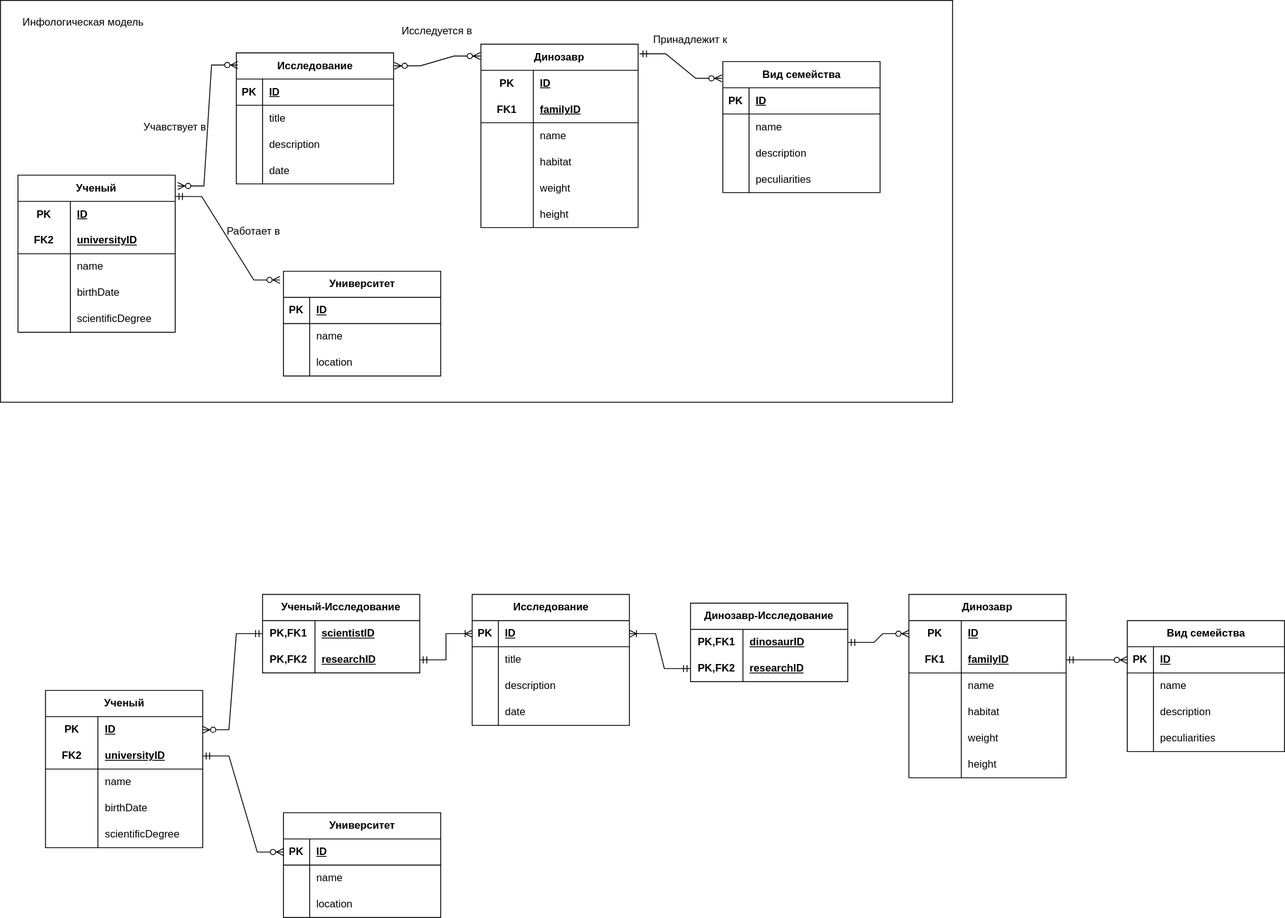
yargames1/ITMO keeps this draw.io diagram as DataScience/lab1/bd.drawio.svg. Above is the earlier version. Source tidied: cells renumbered, new cells last; positions are measured from the earlier drawing's top-left corner, leaving out a move shared by most shapes.
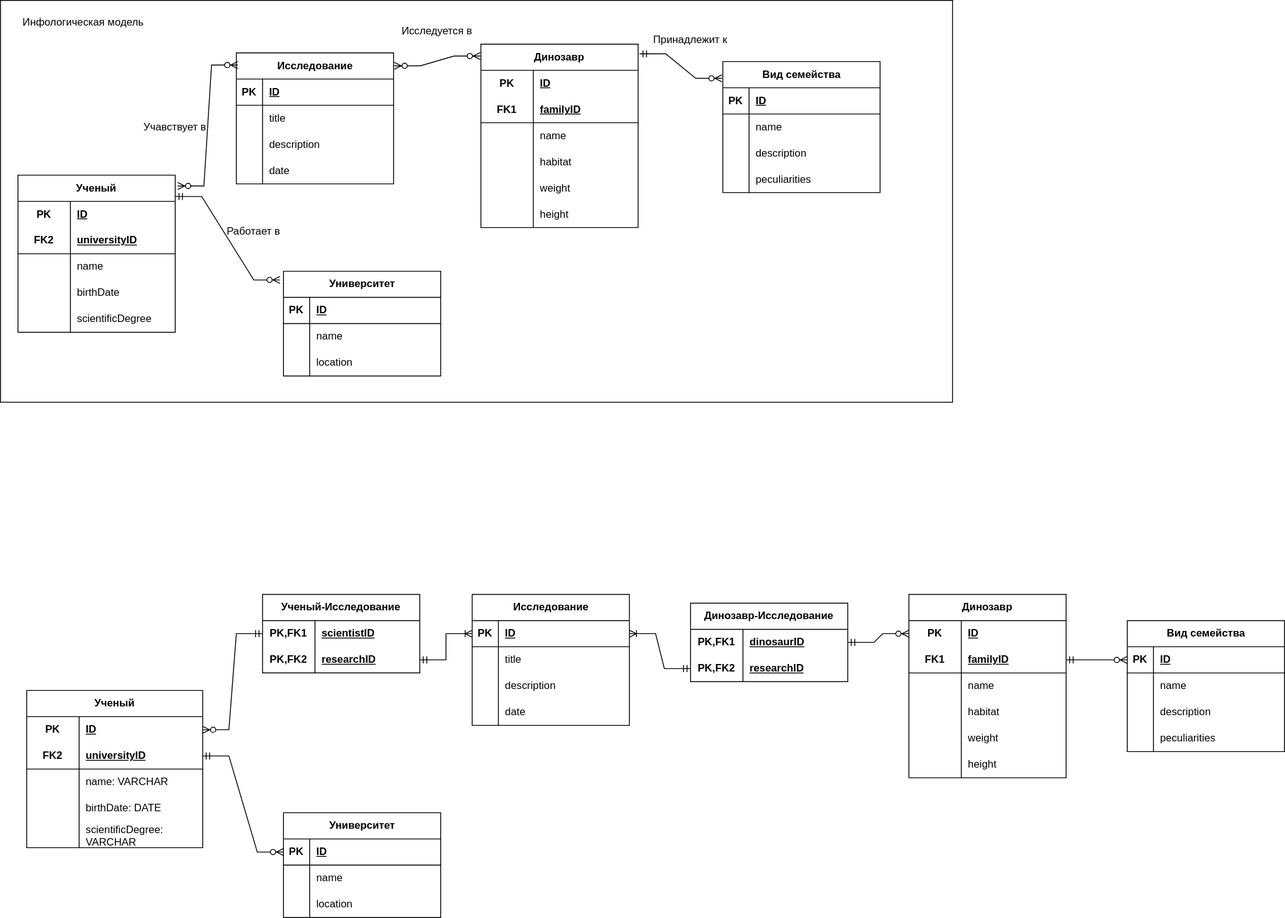
The same file after the commit.

Diff of the diagram source:
```diff
@@ -278,52 +278,52 @@
       <mxGeometry x="30" width="150" height="30" as="geometry" />
     </mxCell>
     <mxCell id="93" value="&lt;span style=&quot;text-wrap-mode: nowrap;&quot;&gt;Ученый&lt;/span&gt;" style="shape=table;startSize=30;rowLines=0;fontStyle=1;align=center;html=1;whiteSpace=wrap;" parent="1" vertex="1">
-      <mxGeometry x="51.5" y="790" width="180" height="180" as="geometry" />
+      <mxGeometry x="30" y="790" width="201.5" height="180" as="geometry" />
     </mxCell>
     <mxCell id="94" style="shape=tableRow;horizontal=0;startSize=0;swimlaneHead=0;swimlaneBody=0;fillColor=none;points=[[0,0.5],[1,0.5]];portConstraint=eastwest;top=0;left=0;right=0;bottom=0;html=1;" parent="93" vertex="1">
-      <mxGeometry y="30" width="180" height="30" as="geometry" />
+      <mxGeometry y="30" width="201.5" height="30" as="geometry" />
     </mxCell>
     <mxCell id="95" value="PK" style="shape=partialRectangle;fillColor=none;top=0;left=0;bottom=0;right=0;fontStyle=1;overflow=hidden;html=1;whiteSpace=wrap;" parent="94" vertex="1">
       <mxGeometry width="60" height="30" as="geometry" />
     </mxCell>
     <mxCell id="96" value="ID" style="shape=partialRectangle;fillColor=none;top=0;left=0;bottom=0;right=0;align=left;spacingLeft=6;fontStyle=5;overflow=hidden;html=1;whiteSpace=wrap;" parent="94" vertex="1">
-      <mxGeometry x="60" width="120" height="30" as="geometry" />
+      <mxGeometry x="60" width="141.5" height="30" as="geometry" />
     </mxCell>
     <mxCell id="97" style="shape=tableRow;horizontal=0;startSize=0;swimlaneHead=0;swimlaneBody=0;fillColor=none;points=[[0,0.5],[1,0.5]];portConstraint=eastwest;top=0;left=0;right=0;bottom=1;html=1;" parent="93" vertex="1">
-      <mxGeometry y="60" width="180" height="30" as="geometry" />
+      <mxGeometry y="60" width="201.5" height="30" as="geometry" />
     </mxCell>
     <mxCell id="98" value="FK2" style="shape=partialRectangle;fillColor=none;top=0;left=0;bottom=0;right=0;fontStyle=1;overflow=hidden;html=1;whiteSpace=wrap;" parent="97" vertex="1">
       <mxGeometry width="60" height="30" as="geometry" />
     </mxCell>
     <mxCell id="99" value="universityID" style="shape=partialRectangle;fillColor=none;top=0;left=0;bottom=0;right=0;align=left;spacingLeft=6;fontStyle=5;overflow=hidden;html=1;whiteSpace=wrap;" parent="97" vertex="1">
-      <mxGeometry x="60" width="120" height="30" as="geometry" />
+      <mxGeometry x="60" width="141.5" height="30" as="geometry" />
     </mxCell>
     <mxCell id="100" style="shape=tableRow;horizontal=0;startSize=0;swimlaneHead=0;swimlaneBody=0;fillColor=none;top=0;left=0;right=0;bottom=0;html=1;" parent="93" vertex="1">
-      <mxGeometry y="90" width="180" height="30" as="geometry" />
+      <mxGeometry y="90" width="201.5" height="30" as="geometry" />
     </mxCell>
     <mxCell id="101" style="shape=partialRectangle;fillColor=none;top=0;left=0;bottom=0;right=0;overflow=hidden;html=1;whiteSpace=wrap;" parent="100" vertex="1">
       <mxGeometry width="60" height="30" as="geometry" />
     </mxCell>
-    <mxCell id="102" value="name" style="shape=partialRectangle;fillColor=none;top=0;left=0;bottom=0;right=0;align=left;spacingLeft=6;overflow=hidden;html=1;whiteSpace=wrap;" parent="100" vertex="1">
-      <mxGeometry x="60" width="120" height="30" as="geometry" />
+    <mxCell id="102" value="name: VARCHAR" style="shape=partialRectangle;fillColor=none;top=0;left=0;bottom=0;right=0;align=left;spacingLeft=6;overflow=hidden;html=1;whiteSpace=wrap;" parent="100" vertex="1">
+      <mxGeometry x="60" width="141.5" height="30" as="geometry" />
     </mxCell>
     <mxCell id="103" style="shape=tableRow;horizontal=0;startSize=0;swimlaneHead=0;swimlaneBody=0;fillColor=none;top=0;left=0;right=0;bottom=0;html=1;" parent="93" vertex="1">
-      <mxGeometry y="120" width="180" height="30" as="geometry" />
+      <mxGeometry y="120" width="201.5" height="30" as="geometry" />
     </mxCell>
     <mxCell id="104" style="shape=partialRectangle;fillColor=none;top=0;left=0;bottom=0;right=0;overflow=hidden;html=1;whiteSpace=wrap;" parent="103" vertex="1">
       <mxGeometry width="60" height="30" as="geometry" />
     </mxCell>
-    <mxCell id="105" value="birthDate" style="shape=partialRectangle;fillColor=none;top=0;left=0;bottom=0;right=0;align=left;spacingLeft=6;overflow=hidden;html=1;whiteSpace=wrap;" parent="103" vertex="1">
-      <mxGeometry x="60" width="120" height="30" as="geometry" />
+    <mxCell id="105" value="birthDate: DATE" style="shape=partialRectangle;fillColor=none;top=0;left=0;bottom=0;right=0;align=left;spacingLeft=6;overflow=hidden;html=1;whiteSpace=wrap;" parent="103" vertex="1">
+      <mxGeometry x="60" width="141.5" height="30" as="geometry" />
     </mxCell>
     <mxCell id="106" style="shape=tableRow;horizontal=0;startSize=0;swimlaneHead=0;swimlaneBody=0;fillColor=none;top=0;left=0;right=0;bottom=0;html=1;" parent="93" vertex="1">
-      <mxGeometry y="150" width="180" height="30" as="geometry" />
+      <mxGeometry y="150" width="201.5" height="30" as="geometry" />
     </mxCell>
     <mxCell id="107" style="shape=partialRectangle;fillColor=none;top=0;left=0;bottom=0;right=0;overflow=hidden;html=1;whiteSpace=wrap;" parent="106" vertex="1">
       <mxGeometry width="60" height="30" as="geometry" />
     </mxCell>
-    <mxCell id="108" value="scientificDegree" style="shape=partialRectangle;fillColor=none;top=0;left=0;bottom=0;right=0;align=left;spacingLeft=6;overflow=hidden;html=1;whiteSpace=wrap;" parent="106" vertex="1">
-      <mxGeometry x="60" width="120" height="30" as="geometry" />
+    <mxCell id="108" value="scientificDegree: VARCHAR" style="shape=partialRectangle;fillColor=none;top=0;left=0;bottom=0;right=0;align=left;spacingLeft=6;overflow=hidden;html=1;whiteSpace=wrap;" parent="106" vertex="1">
+      <mxGeometry x="60" width="141.5" height="30" as="geometry" />
     </mxCell>
     <mxCell id="109" value="Динозавр" style="shape=table;startSize=30;rowLines=0;fontStyle=1;align=center;html=1;whiteSpace=wrap;" parent="1" vertex="1">
       <mxGeometry x="1040" y="680" width="180" height="210" as="geometry" />
```
